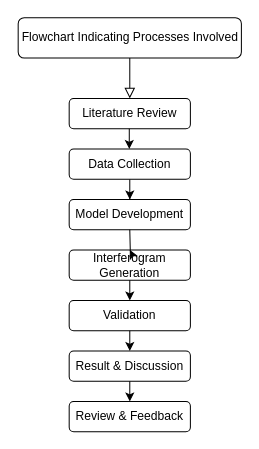
The draw.io diagram docs/Untitled Diagram.drawio in durerimon/anuga_core, before the edit. Source tidied: cells renumbered, new cells numbered last; positions are measured from the earlier drawing's top-left corner, leaving out a move shared by most shapes. Both pictures are drawn from the tidied source at 101%, with x=0, y=0 at pixel (17, 17).
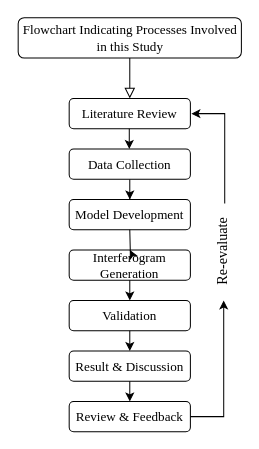
Above is the later version.

Diff of the diagram source:
```diff
@@
-    <mxCell id="2" style="rounded=0;html=1;jettySize=auto;fontSize=11;endArrow=block;endFill=0;endSize=8;strokeWidth=1;shadow=0;labelBackgroundColor=none;edgeStyle=orthogonalEdgeStyle;" parent="1" edge="1" source="3">
+    <mxCell id="2" style="rounded=0;html=1;jettySize=auto;fontSize=13;endArrow=block;endFill=0;endSize=8;strokeWidth=1;shadow=0;labelBackgroundColor=none;edgeStyle=orthogonalEdgeStyle;fontFamily=Times New Roman;" parent="1" edge="1" source="3">
       <mxGeometry relative="1" as="geometry">
         <mxPoint x="111" y="80" as="targetPoint" />
       </mxGeometry>
     </mxCell>
-    <mxCell id="3" value="Flowchart Indicating Processes Involved" style="rounded=1;whiteSpace=wrap;html=1;fontSize=12;glass=0;strokeWidth=1;shadow=0;" parent="1" vertex="1">
+    <mxCell id="3" value="Flowchart Indicating Processes Involved&lt;br&gt;in this Study" style="rounded=1;whiteSpace=wrap;html=1;fontSize=13;glass=0;strokeWidth=1;shadow=0;fontFamily=Times New Roman;" parent="1" vertex="1">
       <mxGeometry x="0.5" width="221" height="40" as="geometry" />
     </mxCell>
-    <mxCell id="4" value="Literature Review" style="rounded=1;whiteSpace=wrap;html=1;fontSize=12;glass=0;strokeWidth=1;shadow=0;" parent="1" vertex="1">
+    <mxCell id="4" value="Literature Review" style="rounded=1;whiteSpace=wrap;html=1;fontSize=13;glass=0;strokeWidth=1;shadow=0;fontFamily=Times New Roman;" parent="1" vertex="1">
       <mxGeometry x="51" y="80" width="120" height="30" as="geometry" />
     </mxCell>
-    <mxCell id="5" style="edgeStyle=orthogonalEdgeStyle;rounded=0;jettySize=auto;html=1;entryX=0.5;entryY=0;entryDx=0;entryDy=0;" parent="1" edge="1" source="6" target="7">
+    <mxCell id="5" style="edgeStyle=orthogonalEdgeStyle;rounded=0;jettySize=auto;html=1;entryX=0.5;entryY=0;entryDx=0;entryDy=0;fontFamily=Times New Roman;fontSize=13;" parent="1" edge="1" source="6" target="7">
       <mxGeometry relative="1" as="geometry" />
     </mxCell>
-    <mxCell id="6" value="Data Collection" style="rounded=1;whiteSpace=wrap;html=1;fontSize=12;glass=0;strokeWidth=1;shadow=0;" parent="1" vertex="1">
+    <mxCell id="6" value="Data Collection" style="rounded=1;whiteSpace=wrap;html=1;fontSize=13;glass=0;strokeWidth=1;shadow=0;fontFamily=Times New Roman;" parent="1" vertex="1">
       <mxGeometry x="51" y="130" width="120" height="30" as="geometry" />
     </mxCell>
-    <mxCell id="7" value="Model Development" style="rounded=1;whiteSpace=wrap;html=1;fontSize=12;glass=0;strokeWidth=1;shadow=0;" parent="1" vertex="1">
+    <mxCell id="7" value="Model Development" style="rounded=1;whiteSpace=wrap;html=1;fontSize=13;glass=0;strokeWidth=1;shadow=0;fontFamily=Times New Roman;" parent="1" vertex="1">
       <mxGeometry x="51" y="180" width="120" height="30" as="geometry" />
     </mxCell>
+    <mxCell id="17" style="edgeStyle=orthogonalEdgeStyle;rounded=0;orthogonalLoop=1;jettySize=auto;html=1;fontFamily=Times New Roman;fontSize=12;" parent="1" edge="1">
+      <mxGeometry relative="1" as="geometry">
+        <mxPoint x="205" y="184" as="sourcePoint" />
+        <mxPoint x="172" y="95" as="targetPoint" />
+        <Array as="points">
+          <mxPoint x="205" y="95" />
+        </Array>
+      </mxGeometry>
+    </mxCell>
-    <mxCell id="8" value="Review &amp;amp; Feedback" style="rounded=1;whiteSpace=wrap;html=1;fontSize=12;glass=0;strokeWidth=1;shadow=0;" parent="1" vertex="1">
+    <mxCell id="8" value="Review &amp;amp; Feedback" style="rounded=1;whiteSpace=wrap;html=1;fontSize=13;glass=0;strokeWidth=1;shadow=0;fontFamily=Times New Roman;" parent="1" vertex="1">
       <mxGeometry x="51" y="380" width="120" height="30" as="geometry" />
     </mxCell>
-    <mxCell id="9" value="Result &amp;amp; Discussion" style="rounded=1;whiteSpace=wrap;html=1;fontSize=12;glass=0;strokeWidth=1;shadow=0;" parent="1" vertex="1">
+    <mxCell id="9" value="Result &amp;amp; Discussion" style="rounded=1;whiteSpace=wrap;html=1;fontSize=13;glass=0;strokeWidth=1;shadow=0;fontFamily=Times New Roman;" parent="1" vertex="1">
       <mxGeometry x="51" y="330" width="120" height="30" as="geometry" />
     </mxCell>
-    <mxCell id="10" value="Validation" style="rounded=1;whiteSpace=wrap;html=1;fontSize=12;glass=0;strokeWidth=1;shadow=0;" parent="1" vertex="1">
+    <mxCell id="10" value="Validation" style="rounded=1;whiteSpace=wrap;html=1;fontSize=13;glass=0;strokeWidth=1;shadow=0;fontFamily=Times New Roman;" parent="1" vertex="1">
       <mxGeometry x="51" y="280" width="120" height="30" as="geometry" />
     </mxCell>
-    <mxCell id="11" value="Interferogram Generation" style="rounded=1;whiteSpace=wrap;html=1;fontSize=12;glass=0;strokeWidth=1;shadow=0;" parent="1" vertex="1">
+    <mxCell id="11" value="Interferogram Generation" style="rounded=1;whiteSpace=wrap;html=1;fontSize=13;glass=0;strokeWidth=1;shadow=0;fontFamily=Times New Roman;" parent="1" vertex="1">
       <mxGeometry x="51" y="230" width="120" height="30" as="geometry" />
     </mxCell>
-    <mxCell id="12" style="edgeStyle=orthogonalEdgeStyle;rounded=0;orthogonalLoop=1;jettySize=auto;html=1;entryX=0.5;entryY=0;entryDx=0;entryDy=0;" parent="1" edge="1">
+    <mxCell id="12" style="edgeStyle=orthogonalEdgeStyle;rounded=0;orthogonalLoop=1;jettySize=auto;html=1;entryX=0.5;entryY=0;entryDx=0;entryDy=0;fontFamily=Times New Roman;fontSize=13;" parent="1" edge="1">
       <mxGeometry relative="1" as="geometry">
         <mxPoint x="110.5" y="110" as="sourcePoint" />
         <mxPoint x="110.5" y="130" as="targetPoint" />
       </mxGeometry>
     </mxCell>
-    <mxCell id="13" style="edgeStyle=orthogonalEdgeStyle;rounded=0;jettySize=auto;html=1;" parent="1" edge="1" target="11">
+    <mxCell id="13" style="edgeStyle=orthogonalEdgeStyle;rounded=0;jettySize=auto;html=1;fontFamily=Times New Roman;fontSize=13;" parent="1" edge="1" target="11">
       <mxGeometry relative="1" as="geometry">
         <mxPoint x="111" y="210" as="sourcePoint" />
       </mxGeometry>
     </mxCell>
-    <mxCell id="14" style="edgeStyle=orthogonalEdgeStyle;rounded=0;jettySize=auto;html=1;entryX=0.5;entryY=0;entryDx=0;entryDy=0;" parent="1" edge="1" target="10">
+    <mxCell id="14" style="edgeStyle=orthogonalEdgeStyle;rounded=0;jettySize=auto;html=1;entryX=0.5;entryY=0;entryDx=0;entryDy=0;fontFamily=Times New Roman;fontSize=13;" parent="1" edge="1" target="10">
       <mxGeometry relative="1" as="geometry">
         <mxPoint x="111" y="260" as="sourcePoint" />
       </mxGeometry>
     </mxCell>
-    <mxCell id="15" style="edgeStyle=orthogonalEdgeStyle;rounded=0;jettySize=auto;html=1;entryX=0.5;entryY=0;entryDx=0;entryDy=0;" parent="1" edge="1" target="8">
+    <mxCell id="15" style="edgeStyle=orthogonalEdgeStyle;rounded=0;jettySize=auto;html=1;entryX=0.5;entryY=0;entryDx=0;entryDy=0;fontFamily=Times New Roman;fontSize=13;" parent="1" edge="1" target="8">
       <mxGeometry relative="1" as="geometry">
         <mxPoint x="111" y="360" as="sourcePoint" />
       </mxGeometry>
     </mxCell>
-    <mxCell id="16" style="edgeStyle=orthogonalEdgeStyle;rounded=0;jettySize=auto;html=1;entryX=0.5;entryY=0;entryDx=0;entryDy=0;" parent="1" edge="1" target="9">
+    <mxCell id="16" style="edgeStyle=orthogonalEdgeStyle;rounded=0;jettySize=auto;html=1;entryX=0.5;entryY=0;entryDx=0;entryDy=0;fontFamily=Times New Roman;fontSize=13;" parent="1" edge="1" target="9">
       <mxGeometry relative="1" as="geometry">
         <mxPoint x="111" y="310" as="sourcePoint" />
       </mxGeometry>
     </mxCell>
+    <mxCell id="18" value="Re-evaluate" style="text;html=1;align=center;verticalAlign=middle;fillColor=none;strokeColor=none;rounded=0;fontFamily=Times New Roman;fontSize=14;rotation=270;" parent="1" vertex="1">
+      <mxGeometry x="164" y="216" width="80" height="32" as="geometry" />
+    </mxCell>
+    <mxCell id="19" style="edgeStyle=orthogonalEdgeStyle;rounded=0;jettySize=auto;html=1;fontFamily=Times New Roman;fontSize=12;exitX=1;exitY=0.5;exitDx=0;exitDy=0;" parent="1" edge="1" source="8">
+      <mxGeometry relative="1" as="geometry">
+        <mxPoint x="204" y="280" as="targetPoint" />
+        <Array as="points">
+          <mxPoint x="204" y="395" />
+          <mxPoint x="204" y="304" />
+        </Array>
+      </mxGeometry>
+    </mxCell>
```
